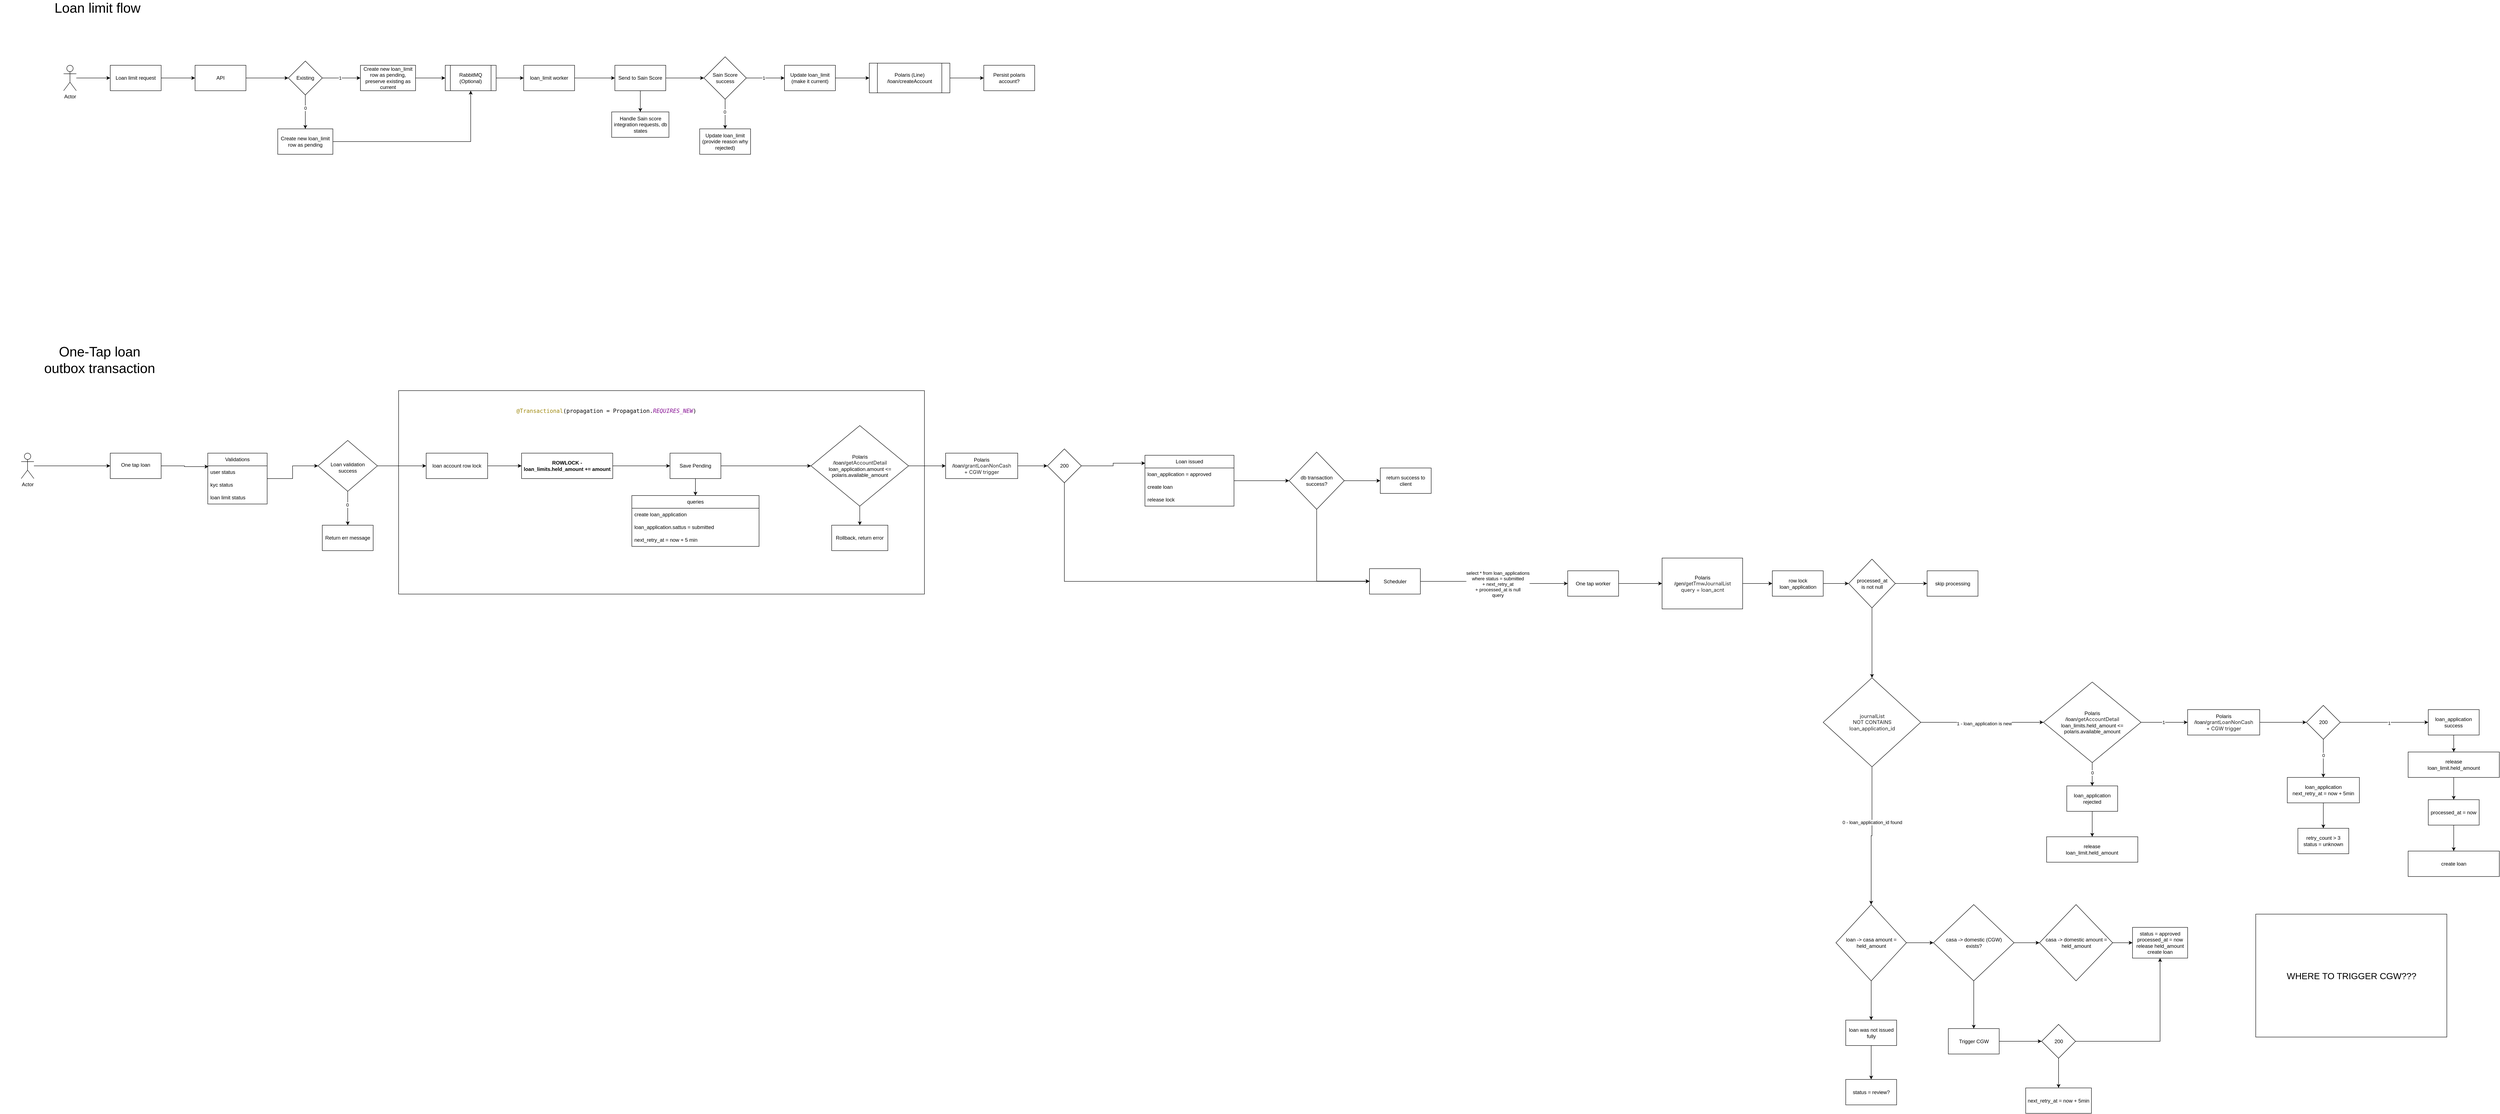
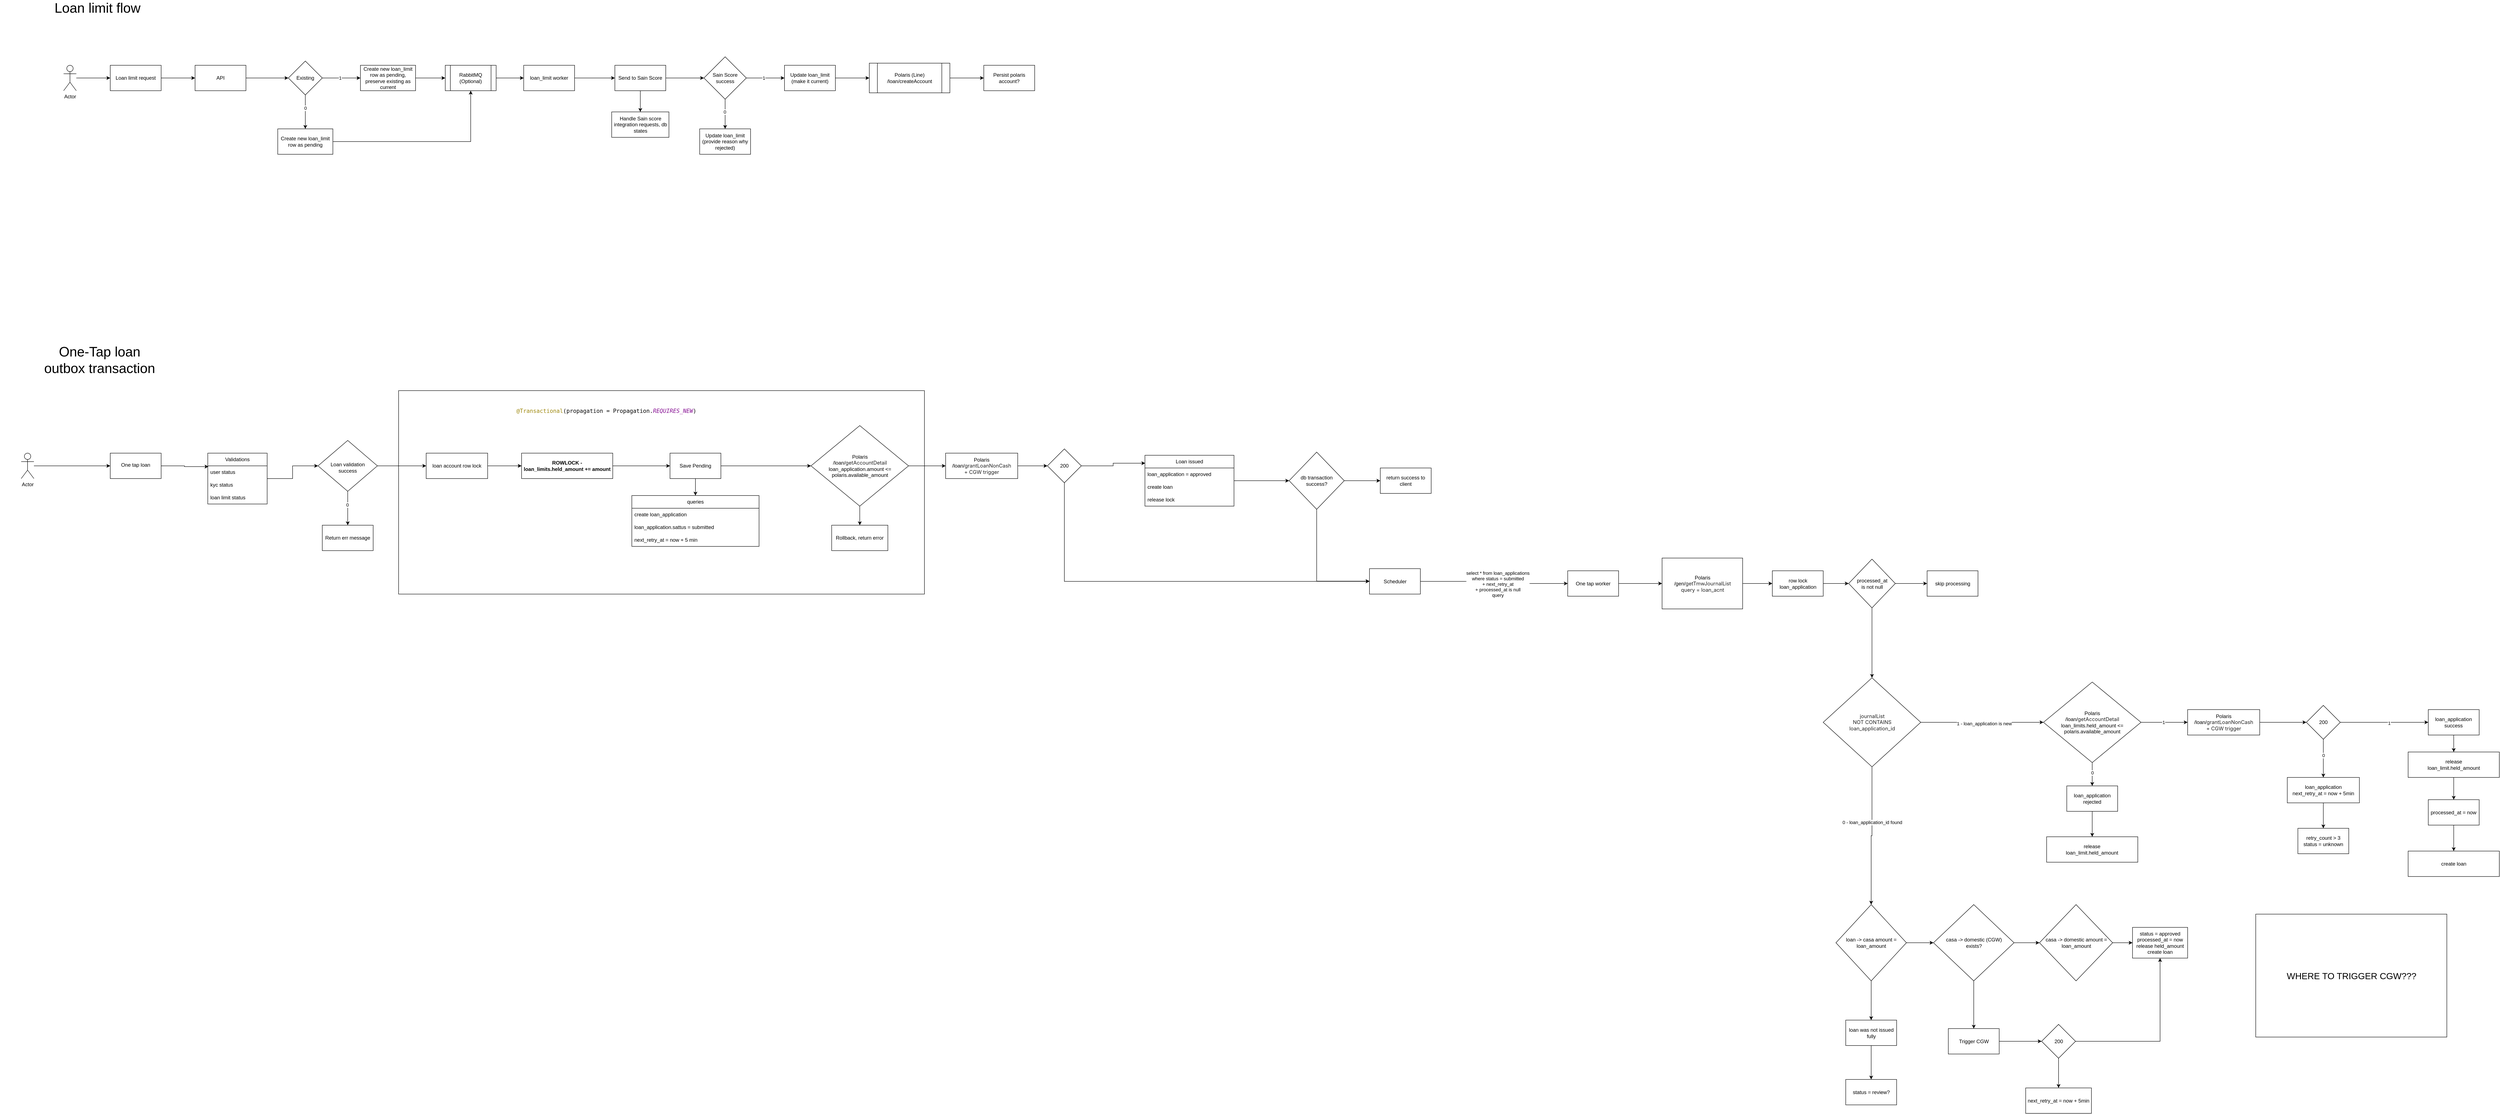
<mxfile host="app.diagrams.net">
  <diagram name="Page-1" id="VCBSuIh8bz7kurrQ0Zaz">
    <mxGraphModel dx="2425" dy="921" grid="1" gridSize="10" guides="1" tooltips="1" connect="1" arrows="1" fold="1" page="1" pageScale="1" pageWidth="850" pageHeight="1100" math="0" shadow="0">
      <root>
        <mxCell id="0" />
        <mxCell id="1" parent="0" />
        <mxCell id="In8fDh9ZLN2M87an2Miy-172" parent="1" style="rounded=0;whiteSpace=wrap;html=1;" value="" vertex="1">
          <mxGeometry height="480" width="1240" x="830" y="977.5" as="geometry" />
        </mxCell>
        <mxCell id="KqixbsF9o6dLofBvsG9t-5" edge="1" parent="1" source="KqixbsF9o6dLofBvsG9t-1" style="edgeStyle=orthogonalEdgeStyle;rounded=0;orthogonalLoop=1;jettySize=auto;html=1;" target="KqixbsF9o6dLofBvsG9t-4" value="">
          <mxGeometry relative="1" as="geometry" />
        </mxCell>
        <mxCell id="KqixbsF9o6dLofBvsG9t-1" parent="1" style="rounded=0;whiteSpace=wrap;html=1;" value="Loan limit request" vertex="1">
          <mxGeometry height="60" width="120" x="150" y="210" as="geometry" />
        </mxCell>
        <mxCell id="KqixbsF9o6dLofBvsG9t-3" edge="1" parent="1" source="KqixbsF9o6dLofBvsG9t-2" style="edgeStyle=orthogonalEdgeStyle;rounded=0;orthogonalLoop=1;jettySize=auto;html=1;" target="KqixbsF9o6dLofBvsG9t-1" value="">
          <mxGeometry relative="1" as="geometry" />
        </mxCell>
        <mxCell id="KqixbsF9o6dLofBvsG9t-2" parent="1" style="shape=umlActor;verticalLabelPosition=bottom;verticalAlign=top;html=1;outlineConnect=0;" value="Actor" vertex="1">
          <mxGeometry height="60" width="30" x="40" y="210" as="geometry" />
        </mxCell>
        <mxCell id="KqixbsF9o6dLofBvsG9t-9" edge="1" parent="1" source="KqixbsF9o6dLofBvsG9t-4" style="edgeStyle=orthogonalEdgeStyle;rounded=0;orthogonalLoop=1;jettySize=auto;html=1;" target="KqixbsF9o6dLofBvsG9t-8" value="">
          <mxGeometry relative="1" as="geometry" />
        </mxCell>
        <mxCell id="KqixbsF9o6dLofBvsG9t-4" parent="1" style="rounded=0;whiteSpace=wrap;html=1;" value="API" vertex="1">
          <mxGeometry height="60" width="120" x="350" y="210" as="geometry" />
        </mxCell>
        <mxCell id="KqixbsF9o6dLofBvsG9t-11" edge="1" parent="1" source="KqixbsF9o6dLofBvsG9t-8" style="edgeStyle=orthogonalEdgeStyle;rounded=0;orthogonalLoop=1;jettySize=auto;html=1;" target="KqixbsF9o6dLofBvsG9t-10" value="">
          <mxGeometry relative="1" as="geometry" />
        </mxCell>
        <mxCell id="KqixbsF9o6dLofBvsG9t-12" connectable="0" parent="KqixbsF9o6dLofBvsG9t-11" style="edgeLabel;html=1;align=center;verticalAlign=middle;resizable=0;points=[];" value="1" vertex="1">
          <mxGeometry relative="1" x="-0.079" as="geometry">
            <mxPoint as="offset" />
          </mxGeometry>
        </mxCell>
        <mxCell id="KqixbsF9o6dLofBvsG9t-14" edge="1" parent="1" source="KqixbsF9o6dLofBvsG9t-8" style="edgeStyle=orthogonalEdgeStyle;rounded=0;orthogonalLoop=1;jettySize=auto;html=1;" target="KqixbsF9o6dLofBvsG9t-13" value="">
          <mxGeometry relative="1" as="geometry" />
        </mxCell>
        <mxCell id="KqixbsF9o6dLofBvsG9t-15" connectable="0" parent="KqixbsF9o6dLofBvsG9t-14" style="edgeLabel;html=1;align=center;verticalAlign=middle;resizable=0;points=[];" value="0" vertex="1">
          <mxGeometry relative="1" x="-0.2407" as="geometry">
            <mxPoint as="offset" />
          </mxGeometry>
        </mxCell>
        <mxCell id="KqixbsF9o6dLofBvsG9t-8" parent="1" style="rhombus;whiteSpace=wrap;html=1;rounded=0;" value="Existing" vertex="1">
          <mxGeometry height="80" width="80" x="570" y="200" as="geometry" />
        </mxCell>
        <mxCell id="KqixbsF9o6dLofBvsG9t-23" edge="1" parent="1" source="KqixbsF9o6dLofBvsG9t-10" style="edgeStyle=orthogonalEdgeStyle;rounded=0;orthogonalLoop=1;jettySize=auto;html=1;" target="KqixbsF9o6dLofBvsG9t-22" value="">
          <mxGeometry relative="1" as="geometry" />
        </mxCell>
        <mxCell id="KqixbsF9o6dLofBvsG9t-10" parent="1" style="whiteSpace=wrap;html=1;rounded=0;" value="Create new loan_limit row as pending, preserve existing as current" vertex="1">
          <mxGeometry height="60" width="130" x="740" y="210" as="geometry" />
        </mxCell>
        <mxCell id="KqixbsF9o6dLofBvsG9t-26" edge="1" parent="1" source="KqixbsF9o6dLofBvsG9t-13" style="edgeStyle=orthogonalEdgeStyle;rounded=0;orthogonalLoop=1;jettySize=auto;html=1;entryX=0.5;entryY=1;entryDx=0;entryDy=0;" target="KqixbsF9o6dLofBvsG9t-22">
          <mxGeometry relative="1" as="geometry" />
        </mxCell>
        <mxCell id="KqixbsF9o6dLofBvsG9t-13" parent="1" style="whiteSpace=wrap;html=1;rounded=0;" value="Create new loan_limit row as pending" vertex="1">
          <mxGeometry height="60" width="130" x="545" y="360" as="geometry" />
        </mxCell>
        <mxCell id="KqixbsF9o6dLofBvsG9t-25" edge="1" parent="1" source="KqixbsF9o6dLofBvsG9t-22" style="edgeStyle=orthogonalEdgeStyle;rounded=0;orthogonalLoop=1;jettySize=auto;html=1;" target="KqixbsF9o6dLofBvsG9t-24" value="">
          <mxGeometry relative="1" as="geometry" />
        </mxCell>
        <mxCell id="KqixbsF9o6dLofBvsG9t-22" parent="1" style="shape=process;whiteSpace=wrap;html=1;backgroundOutline=1;rounded=0;" value="RabbitMQ (Optional)" vertex="1">
          <mxGeometry height="60" width="120" x="940" y="210" as="geometry" />
        </mxCell>
        <mxCell id="KqixbsF9o6dLofBvsG9t-28" edge="1" parent="1" source="KqixbsF9o6dLofBvsG9t-24" style="edgeStyle=orthogonalEdgeStyle;rounded=0;orthogonalLoop=1;jettySize=auto;html=1;" target="KqixbsF9o6dLofBvsG9t-27" value="">
          <mxGeometry relative="1" as="geometry" />
        </mxCell>
        <mxCell id="KqixbsF9o6dLofBvsG9t-24" parent="1" style="whiteSpace=wrap;html=1;rounded=0;" value="loan_limit worker" vertex="1">
          <mxGeometry height="60" width="120" x="1125" y="210" as="geometry" />
        </mxCell>
        <mxCell id="KqixbsF9o6dLofBvsG9t-30" edge="1" parent="1" source="KqixbsF9o6dLofBvsG9t-27" style="edgeStyle=orthogonalEdgeStyle;rounded=0;orthogonalLoop=1;jettySize=auto;html=1;" target="KqixbsF9o6dLofBvsG9t-29" value="">
          <mxGeometry relative="1" as="geometry" />
        </mxCell>
        <mxCell id="KqixbsF9o6dLofBvsG9t-38" edge="1" parent="1" source="KqixbsF9o6dLofBvsG9t-27" style="edgeStyle=orthogonalEdgeStyle;rounded=0;orthogonalLoop=1;jettySize=auto;html=1;" target="KqixbsF9o6dLofBvsG9t-37" value="">
          <mxGeometry relative="1" as="geometry" />
        </mxCell>
        <mxCell id="KqixbsF9o6dLofBvsG9t-27" parent="1" style="whiteSpace=wrap;html=1;rounded=0;" value="Send to Sain Score" vertex="1">
          <mxGeometry height="60" width="120" x="1340" y="210" as="geometry" />
        </mxCell>
        <mxCell id="KqixbsF9o6dLofBvsG9t-32" edge="1" parent="1" source="KqixbsF9o6dLofBvsG9t-29" style="edgeStyle=orthogonalEdgeStyle;rounded=0;orthogonalLoop=1;jettySize=auto;html=1;" target="KqixbsF9o6dLofBvsG9t-31" value="">
          <mxGeometry relative="1" as="geometry" />
        </mxCell>
        <mxCell id="KqixbsF9o6dLofBvsG9t-33" connectable="0" parent="KqixbsF9o6dLofBvsG9t-32" style="edgeLabel;html=1;align=center;verticalAlign=middle;resizable=0;points=[];" value="1" vertex="1">
          <mxGeometry relative="1" x="-0.1048" as="geometry">
            <mxPoint as="offset" />
          </mxGeometry>
        </mxCell>
        <mxCell id="KqixbsF9o6dLofBvsG9t-35" edge="1" parent="1" source="KqixbsF9o6dLofBvsG9t-29" style="edgeStyle=orthogonalEdgeStyle;rounded=0;orthogonalLoop=1;jettySize=auto;html=1;" target="KqixbsF9o6dLofBvsG9t-34" value="">
          <mxGeometry relative="1" as="geometry" />
        </mxCell>
        <mxCell id="KqixbsF9o6dLofBvsG9t-36" connectable="0" parent="KqixbsF9o6dLofBvsG9t-35" style="edgeLabel;html=1;align=center;verticalAlign=middle;resizable=0;points=[];" value="0" vertex="1">
          <mxGeometry relative="1" x="-0.1429" y="-1" as="geometry">
            <mxPoint as="offset" />
          </mxGeometry>
        </mxCell>
        <mxCell id="KqixbsF9o6dLofBvsG9t-29" parent="1" style="rhombus;whiteSpace=wrap;html=1;rounded=0;" value="Sain Score success" vertex="1">
          <mxGeometry height="100" width="100" x="1550" y="190" as="geometry" />
        </mxCell>
        <mxCell id="KqixbsF9o6dLofBvsG9t-66" edge="1" parent="1" source="KqixbsF9o6dLofBvsG9t-31" style="edgeStyle=orthogonalEdgeStyle;rounded=0;orthogonalLoop=1;jettySize=auto;html=1;" target="KqixbsF9o6dLofBvsG9t-65" value="">
          <mxGeometry relative="1" as="geometry" />
        </mxCell>
        <mxCell id="KqixbsF9o6dLofBvsG9t-31" parent="1" style="whiteSpace=wrap;html=1;rounded=0;" value="Update loan_limit (make it current)" vertex="1">
          <mxGeometry height="60" width="120" x="1740" y="210" as="geometry" />
        </mxCell>
        <mxCell id="KqixbsF9o6dLofBvsG9t-34" parent="1" style="whiteSpace=wrap;html=1;rounded=0;" value="Update loan_limit&lt;br&gt;(provide reason why rejected)" vertex="1">
          <mxGeometry height="60" width="120" x="1540" y="360" as="geometry" />
        </mxCell>
        <mxCell id="KqixbsF9o6dLofBvsG9t-37" parent="1" style="whiteSpace=wrap;html=1;rounded=0;" value="Handle Sain score integration requests, db states" vertex="1">
          <mxGeometry height="60" width="135" x="1332.5" y="320" as="geometry" />
        </mxCell>
        <mxCell id="KqixbsF9o6dLofBvsG9t-40" parent="1" style="text;html=1;whiteSpace=wrap;strokeColor=none;fillColor=none;align=center;verticalAlign=middle;rounded=0;fontSize=32;" value="Loan limit flow" vertex="1">
          <mxGeometry height="30" width="260" x="-10" y="60" as="geometry" />
        </mxCell>
        <mxCell id="KqixbsF9o6dLofBvsG9t-74" edge="1" parent="1" source="KqixbsF9o6dLofBvsG9t-65" style="edgeStyle=orthogonalEdgeStyle;rounded=0;orthogonalLoop=1;jettySize=auto;html=1;" target="KqixbsF9o6dLofBvsG9t-73" value="">
          <mxGeometry relative="1" as="geometry" />
        </mxCell>
        <mxCell id="KqixbsF9o6dLofBvsG9t-65" parent="1" style="shape=process;whiteSpace=wrap;html=1;backgroundOutline=1;rounded=0;" value="Polaris (Line)&lt;br&gt;/loan/createAccount" vertex="1">
          <mxGeometry height="70" width="190" x="1940" y="205" as="geometry" />
        </mxCell>
        <mxCell id="KqixbsF9o6dLofBvsG9t-73" parent="1" style="whiteSpace=wrap;html=1;rounded=0;" value="Persist polaris account?" vertex="1">
          <mxGeometry height="60" width="120" x="2210" y="210" as="geometry" />
        </mxCell>
        <mxCell id="U8Ajh8Gpa-m2DNKNFQys-1" parent="1" style="text;html=1;whiteSpace=wrap;strokeColor=none;fillColor=none;align=center;verticalAlign=middle;rounded=0;fontSize=32;" value="One-Tap loan&lt;br&gt;outbox transaction" vertex="1">
          <mxGeometry height="30" width="470" x="-110" y="890" as="geometry" />
        </mxCell>
        <mxCell id="In8fDh9ZLN2M87an2Miy-1" edge="1" parent="1" source="In8fDh9ZLN2M87an2Miy-2" style="edgeStyle=orthogonalEdgeStyle;rounded=0;orthogonalLoop=1;jettySize=auto;html=1;" target="In8fDh9ZLN2M87an2Miy-4" value="">
          <mxGeometry relative="1" as="geometry" />
        </mxCell>
        <mxCell id="In8fDh9ZLN2M87an2Miy-2" parent="1" style="shape=umlActor;verticalLabelPosition=bottom;verticalAlign=top;html=1;outlineConnect=0;" value="Actor" vertex="1">
          <mxGeometry height="60" width="30" x="-60" y="1125" as="geometry" />
        </mxCell>
        <mxCell id="In8fDh9ZLN2M87an2Miy-3" edge="1" parent="1" source="In8fDh9ZLN2M87an2Miy-4" style="edgeStyle=orthogonalEdgeStyle;rounded=0;orthogonalLoop=1;jettySize=auto;html=1;entryX=0.011;entryY=0.06;entryDx=0;entryDy=0;entryPerimeter=0;" target="In8fDh9ZLN2M87an2Miy-28" value="">
          <mxGeometry relative="1" as="geometry">
            <mxPoint x="360" y="1155" as="targetPoint" />
          </mxGeometry>
        </mxCell>
        <mxCell id="In8fDh9ZLN2M87an2Miy-4" parent="1" style="whiteSpace=wrap;html=1;verticalAlign=top;" value="&lt;div&gt;&lt;br&gt;&lt;/div&gt;&lt;div&gt;One tap loan&lt;/div&gt;" vertex="1">
          <mxGeometry height="60" width="120" x="150" y="1125" as="geometry" />
        </mxCell>
        <mxCell id="In8fDh9ZLN2M87an2Miy-7" edge="1" parent="1" source="In8fDh9ZLN2M87an2Miy-9" style="edgeStyle=orthogonalEdgeStyle;rounded=0;orthogonalLoop=1;jettySize=auto;html=1;" target="In8fDh9ZLN2M87an2Miy-13" value="">
          <mxGeometry relative="1" as="geometry" />
        </mxCell>
        <mxCell id="In8fDh9ZLN2M87an2Miy-8" connectable="0" parent="In8fDh9ZLN2M87an2Miy-7" style="edgeLabel;html=1;align=center;verticalAlign=middle;resizable=0;points=[];" value="0" vertex="1">
          <mxGeometry relative="1" x="-0.2091" y="-1" as="geometry">
            <mxPoint as="offset" />
          </mxGeometry>
        </mxCell>
        <mxCell id="In8fDh9ZLN2M87an2Miy-163" edge="1" parent="1" source="In8fDh9ZLN2M87an2Miy-9" style="edgeStyle=orthogonalEdgeStyle;rounded=0;orthogonalLoop=1;jettySize=auto;html=1;entryX=0;entryY=0.5;entryDx=0;entryDy=0;" target="In8fDh9ZLN2M87an2Miy-161">
          <mxGeometry relative="1" as="geometry" />
        </mxCell>
        <mxCell id="In8fDh9ZLN2M87an2Miy-9" parent="1" style="rhombus;whiteSpace=wrap;html=1;verticalAlign=top;" value="&lt;br&gt;&lt;br&gt;&lt;div&gt;&lt;br&gt;&lt;/div&gt;&lt;div&gt;Loan validation&lt;br&gt;success&lt;/div&gt;" vertex="1">
          <mxGeometry height="120" width="140" x="640" y="1095" as="geometry" />
        </mxCell>
        <mxCell id="In8fDh9ZLN2M87an2Miy-10" edge="1" parent="1" source="In8fDh9ZLN2M87an2Miy-12" style="edgeStyle=orthogonalEdgeStyle;rounded=0;orthogonalLoop=1;jettySize=auto;html=1;entryX=0.5;entryY=0;entryDx=0;entryDy=0;" target="In8fDh9ZLN2M87an2Miy-14">
          <mxGeometry relative="1" as="geometry" />
        </mxCell>
        <mxCell id="In8fDh9ZLN2M87an2Miy-54" edge="1" parent="1" source="In8fDh9ZLN2M87an2Miy-105" style="edgeStyle=orthogonalEdgeStyle;rounded=0;orthogonalLoop=1;jettySize=auto;html=1;exitX=1;exitY=0.5;exitDx=0;exitDy=0;" target="In8fDh9ZLN2M87an2Miy-53" value="">
          <mxGeometry relative="1" as="geometry">
            <mxPoint x="3329.5" y="1432.5" as="sourcePoint" />
          </mxGeometry>
        </mxCell>
        <mxCell id="In8fDh9ZLN2M87an2Miy-55" connectable="0" parent="In8fDh9ZLN2M87an2Miy-54" style="edgeLabel;html=1;align=center;verticalAlign=middle;resizable=0;points=[];" value="select * from loan_applications&lt;br&gt;where status = submitted&lt;br&gt;+ next_retry_at&lt;br&gt;+ processed_at is null&lt;br&gt;query" vertex="1">
          <mxGeometry relative="1" x="0.0637" y="-1" as="geometry">
            <mxPoint as="offset" />
          </mxGeometry>
        </mxCell>
        <mxCell id="In8fDh9ZLN2M87an2Miy-173" edge="1" parent="1" source="In8fDh9ZLN2M87an2Miy-12" style="edgeStyle=orthogonalEdgeStyle;rounded=0;orthogonalLoop=1;jettySize=auto;html=1;entryX=0;entryY=0.5;entryDx=0;entryDy=0;" target="In8fDh9ZLN2M87an2Miy-152">
          <mxGeometry relative="1" as="geometry" />
        </mxCell>
        <mxCell id="In8fDh9ZLN2M87an2Miy-12" parent="1" style="whiteSpace=wrap;html=1;verticalAlign=middle;" value="Save Pending" vertex="1">
          <mxGeometry height="60" width="120" x="1470" y="1125" as="geometry" />
        </mxCell>
        <mxCell id="In8fDh9ZLN2M87an2Miy-13" parent="1" style="whiteSpace=wrap;html=1;verticalAlign=middle;" value="Return err message" vertex="1">
          <mxGeometry height="60" width="120" x="650" y="1295" as="geometry" />
        </mxCell>
        <mxCell id="In8fDh9ZLN2M87an2Miy-14" parent="1" style="swimlane;fontStyle=0;childLayout=stackLayout;horizontal=1;startSize=30;horizontalStack=0;resizeParent=1;resizeParentMax=0;resizeLast=0;collapsible=1;marginBottom=0;whiteSpace=wrap;html=1;" value="queries" vertex="1">
          <mxGeometry height="120" width="300" x="1380" y="1225" as="geometry" />
        </mxCell>
        <mxCell id="In8fDh9ZLN2M87an2Miy-15" parent="In8fDh9ZLN2M87an2Miy-14" style="text;strokeColor=none;fillColor=none;align=left;verticalAlign=middle;spacingLeft=4;spacingRight=4;overflow=hidden;points=[[0,0.5],[1,0.5]];portConstraint=eastwest;rotatable=0;whiteSpace=wrap;html=1;" value="create loan_application" vertex="1">
          <mxGeometry height="30" width="300" y="30" as="geometry" />
        </mxCell>
        <mxCell id="In8fDh9ZLN2M87an2Miy-104" parent="In8fDh9ZLN2M87an2Miy-14" style="text;strokeColor=none;fillColor=none;align=left;verticalAlign=middle;spacingLeft=4;spacingRight=4;overflow=hidden;points=[[0,0.5],[1,0.5]];portConstraint=eastwest;rotatable=0;whiteSpace=wrap;html=1;" value="loan_application.sattus = submitted" vertex="1">
          <mxGeometry height="30" width="300" y="60" as="geometry" />
        </mxCell>
        <mxCell id="In8fDh9ZLN2M87an2Miy-17" parent="In8fDh9ZLN2M87an2Miy-14" style="text;strokeColor=none;fillColor=none;align=left;verticalAlign=middle;spacingLeft=4;spacingRight=4;overflow=hidden;points=[[0,0.5],[1,0.5]];portConstraint=eastwest;rotatable=0;whiteSpace=wrap;html=1;" value="next_retry_at = now + 5 min" vertex="1">
          <mxGeometry height="30" width="300" y="90" as="geometry" />
        </mxCell>
        <mxCell id="In8fDh9ZLN2M87an2Miy-32" edge="1" parent="1" source="In8fDh9ZLN2M87an2Miy-27" style="edgeStyle=orthogonalEdgeStyle;rounded=0;orthogonalLoop=1;jettySize=auto;html=1;entryX=0;entryY=0.5;entryDx=0;entryDy=0;" target="In8fDh9ZLN2M87an2Miy-9">
          <mxGeometry relative="1" as="geometry" />
        </mxCell>
        <mxCell id="In8fDh9ZLN2M87an2Miy-27" parent="1" style="swimlane;fontStyle=0;childLayout=stackLayout;horizontal=1;startSize=30;horizontalStack=0;resizeParent=1;resizeParentMax=0;resizeLast=0;collapsible=1;marginBottom=0;whiteSpace=wrap;html=1;" value="Validations" vertex="1">
          <mxGeometry height="120" width="140" x="380" y="1125" as="geometry" />
        </mxCell>
        <mxCell id="In8fDh9ZLN2M87an2Miy-28" parent="In8fDh9ZLN2M87an2Miy-27" style="text;strokeColor=none;fillColor=none;align=left;verticalAlign=middle;spacingLeft=4;spacingRight=4;overflow=hidden;points=[[0,0.5],[1,0.5]];portConstraint=eastwest;rotatable=0;whiteSpace=wrap;html=1;" value="user status" vertex="1">
          <mxGeometry height="30" width="140" y="30" as="geometry" />
        </mxCell>
        <mxCell id="In8fDh9ZLN2M87an2Miy-29" parent="In8fDh9ZLN2M87an2Miy-27" style="text;strokeColor=none;fillColor=none;align=left;verticalAlign=middle;spacingLeft=4;spacingRight=4;overflow=hidden;points=[[0,0.5],[1,0.5]];portConstraint=eastwest;rotatable=0;whiteSpace=wrap;html=1;" value="kyc status" vertex="1">
          <mxGeometry height="30" width="140" y="60" as="geometry" />
        </mxCell>
        <mxCell id="In8fDh9ZLN2M87an2Miy-33" parent="In8fDh9ZLN2M87an2Miy-27" style="text;strokeColor=none;fillColor=none;align=left;verticalAlign=middle;spacingLeft=4;spacingRight=4;overflow=hidden;points=[[0,0.5],[1,0.5]];portConstraint=eastwest;rotatable=0;whiteSpace=wrap;html=1;" value="loan limit status" vertex="1">
          <mxGeometry height="30" width="140" y="90" as="geometry" />
        </mxCell>
        <mxCell id="In8fDh9ZLN2M87an2Miy-116" edge="1" parent="1" source="In8fDh9ZLN2M87an2Miy-53" style="edgeStyle=orthogonalEdgeStyle;rounded=0;orthogonalLoop=1;jettySize=auto;html=1;entryX=0;entryY=0.5;entryDx=0;entryDy=0;" target="In8fDh9ZLN2M87an2Miy-68">
          <mxGeometry relative="1" as="geometry" />
        </mxCell>
        <mxCell id="In8fDh9ZLN2M87an2Miy-53" parent="1" style="whiteSpace=wrap;html=1;" value="One tap worker" vertex="1">
          <mxGeometry height="60" width="120" x="3587" y="1402.5" as="geometry" />
        </mxCell>
        <mxCell id="In8fDh9ZLN2M87an2Miy-67" edge="1" parent="1" source="In8fDh9ZLN2M87an2Miy-58" style="edgeStyle=orthogonalEdgeStyle;rounded=0;orthogonalLoop=1;jettySize=auto;html=1;entryX=0;entryY=0.5;entryDx=0;entryDy=0;" target="In8fDh9ZLN2M87an2Miy-66" value="">
          <mxGeometry relative="1" as="geometry">
            <mxPoint x="5343.87" y="1760" as="targetPoint" />
          </mxGeometry>
        </mxCell>
        <mxCell id="In8fDh9ZLN2M87an2Miy-58" parent="1" style="whiteSpace=wrap;html=1;" value="Polaris /loan/&lt;span style=&quot;color: rgb(33, 33, 33); font-family: Inter, system-ui, -apple-system, &amp;quot;system-ui&amp;quot;, &amp;quot;Segoe UI&amp;quot;, Roboto, Oxygen, Ubuntu, Cantarell, &amp;quot;Fira Sans&amp;quot;, &amp;quot;Droid Sans&amp;quot;, Helvetica, Arial, sans-serif; text-align: left; white-space: pre-wrap; background-color: rgb(255, 255, 255);&quot;&gt;grantLoanNonCash&lt;br/&gt;+ CGW trigger&lt;/span&gt;" vertex="1">
          <mxGeometry height="60" width="170" x="5048.87" y="1730" as="geometry" />
        </mxCell>
        <mxCell id="In8fDh9ZLN2M87an2Miy-62" edge="1" parent="1" source="In8fDh9ZLN2M87an2Miy-59" style="edgeStyle=orthogonalEdgeStyle;rounded=0;orthogonalLoop=1;jettySize=auto;html=1;" target="In8fDh9ZLN2M87an2Miy-61" value="">
          <mxGeometry relative="1" as="geometry" />
        </mxCell>
        <mxCell id="In8fDh9ZLN2M87an2Miy-91" connectable="0" parent="In8fDh9ZLN2M87an2Miy-62" style="edgeLabel;html=1;align=center;verticalAlign=middle;resizable=0;points=[];" value="0" vertex="1">
          <mxGeometry relative="1" x="-0.1431" as="geometry">
            <mxPoint as="offset" />
          </mxGeometry>
        </mxCell>
        <mxCell id="In8fDh9ZLN2M87an2Miy-65" edge="1" parent="1" source="In8fDh9ZLN2M87an2Miy-59" style="edgeStyle=orthogonalEdgeStyle;rounded=0;orthogonalLoop=1;jettySize=auto;html=1;" target="In8fDh9ZLN2M87an2Miy-58">
          <mxGeometry relative="1" as="geometry" />
        </mxCell>
        <mxCell id="In8fDh9ZLN2M87an2Miy-90" connectable="0" parent="In8fDh9ZLN2M87an2Miy-65" style="edgeLabel;html=1;align=center;verticalAlign=middle;resizable=0;points=[];" value="1" vertex="1">
          <mxGeometry relative="1" x="-0.0451" as="geometry">
            <mxPoint as="offset" />
          </mxGeometry>
        </mxCell>
        <mxCell id="In8fDh9ZLN2M87an2Miy-59" parent="1" style="rhombus;whiteSpace=wrap;html=1;" value="Polaris&lt;br&gt;/loan/&lt;span style=&quot;color: rgb(33, 33, 33); font-family: Inter, system-ui, -apple-system, &amp;quot;system-ui&amp;quot;, &amp;quot;Segoe UI&amp;quot;, Roboto, Oxygen, Ubuntu, Cantarell, &amp;quot;Fira Sans&amp;quot;, &amp;quot;Droid Sans&amp;quot;, Helvetica, Arial, sans-serif; text-align: left; white-space: pre-wrap; background-color: rgb(255, 255, 255);&quot;&gt;getAccountDetail&lt;/span&gt;&lt;br&gt;loan_limits.held_amount &amp;lt;= polaris.available_amount" vertex="1">
          <mxGeometry height="190" width="230" x="4708.87" y="1665" as="geometry" />
        </mxCell>
        <mxCell id="In8fDh9ZLN2M87an2Miy-64" edge="1" parent="1" source="In8fDh9ZLN2M87an2Miy-61" style="edgeStyle=orthogonalEdgeStyle;rounded=0;orthogonalLoop=1;jettySize=auto;html=1;" target="In8fDh9ZLN2M87an2Miy-63" value="">
          <mxGeometry relative="1" as="geometry" />
        </mxCell>
        <mxCell id="In8fDh9ZLN2M87an2Miy-61" parent="1" style="whiteSpace=wrap;html=1;" value="loan_application&lt;br&gt;rejected" vertex="1">
          <mxGeometry height="60" width="120" x="4763.87" y="1910" as="geometry" />
        </mxCell>
        <mxCell id="In8fDh9ZLN2M87an2Miy-63" parent="1" style="whiteSpace=wrap;html=1;" value="release &lt;br&gt;loan_limit.held_amount" vertex="1">
          <mxGeometry height="60" width="215" x="4716.37" y="2030" as="geometry" />
        </mxCell>
        <mxCell id="In8fDh9ZLN2M87an2Miy-81" edge="1" parent="1" source="In8fDh9ZLN2M87an2Miy-66" style="edgeStyle=orthogonalEdgeStyle;rounded=0;orthogonalLoop=1;jettySize=auto;html=1;entryX=0;entryY=0.5;entryDx=0;entryDy=0;" target="In8fDh9ZLN2M87an2Miy-79">
          <mxGeometry relative="1" as="geometry" />
        </mxCell>
        <mxCell id="In8fDh9ZLN2M87an2Miy-92" connectable="0" parent="In8fDh9ZLN2M87an2Miy-81" style="edgeLabel;html=1;align=center;verticalAlign=middle;resizable=0;points=[];" value="1" vertex="1">
          <mxGeometry relative="1" x="0.1055" y="-2" as="geometry">
            <mxPoint as="offset" />
          </mxGeometry>
        </mxCell>
        <mxCell id="In8fDh9ZLN2M87an2Miy-83" edge="1" parent="1" source="In8fDh9ZLN2M87an2Miy-66" style="edgeStyle=orthogonalEdgeStyle;rounded=0;orthogonalLoop=1;jettySize=auto;html=1;" target="In8fDh9ZLN2M87an2Miy-82" value="">
          <mxGeometry relative="1" as="geometry" />
        </mxCell>
        <mxCell id="In8fDh9ZLN2M87an2Miy-93" connectable="0" parent="In8fDh9ZLN2M87an2Miy-83" style="edgeLabel;html=1;align=center;verticalAlign=middle;resizable=0;points=[];" value="0" vertex="1">
          <mxGeometry relative="1" x="-0.1623" as="geometry">
            <mxPoint as="offset" />
          </mxGeometry>
        </mxCell>
        <mxCell id="In8fDh9ZLN2M87an2Miy-66" parent="1" style="rhombus;whiteSpace=wrap;html=1;" value="200" vertex="1">
          <mxGeometry height="80" width="80" x="5328.87" y="1720" as="geometry" />
        </mxCell>
        <mxCell id="In8fDh9ZLN2M87an2Miy-119" edge="1" parent="1" source="In8fDh9ZLN2M87an2Miy-68" style="edgeStyle=orthogonalEdgeStyle;rounded=0;orthogonalLoop=1;jettySize=auto;html=1;" target="In8fDh9ZLN2M87an2Miy-118" value="">
          <mxGeometry relative="1" as="geometry" />
        </mxCell>
        <mxCell id="In8fDh9ZLN2M87an2Miy-68" parent="1" style="whiteSpace=wrap;html=1;" value="Polaris&lt;br&gt;/gen/&lt;span style=&quot;white-space: pre-wrap; color: rgb(33, 33, 33); font-family: Inter, system-ui, -apple-system, &amp;quot;system-ui&amp;quot;, &amp;quot;Segoe UI&amp;quot;, Roboto, Oxygen, Ubuntu, Cantarell, &amp;quot;Fira Sans&amp;quot;, &amp;quot;Droid Sans&amp;quot;, Helvetica, Arial, sans-serif; text-align: left; background-color: rgb(255, 255, 255);&quot;&gt;getTmwJournalList&lt;br&gt;query = loan_acnt&lt;/span&gt;" vertex="1">
          <mxGeometry height="120" width="190" x="3809.5" y="1372.5" as="geometry" />
        </mxCell>
        <mxCell id="In8fDh9ZLN2M87an2Miy-71" edge="1" parent="1" source="In8fDh9ZLN2M87an2Miy-69" style="edgeStyle=orthogonalEdgeStyle;rounded=0;orthogonalLoop=1;jettySize=auto;html=1;entryX=0;entryY=0.5;entryDx=0;entryDy=0;" target="In8fDh9ZLN2M87an2Miy-59">
          <mxGeometry relative="1" as="geometry" />
        </mxCell>
        <mxCell id="In8fDh9ZLN2M87an2Miy-77" connectable="0" parent="In8fDh9ZLN2M87an2Miy-71" style="edgeLabel;html=1;align=center;verticalAlign=middle;resizable=0;points=[];" value="1 - loan_application is new" vertex="1">
          <mxGeometry relative="1" x="0.0312" y="-3" as="geometry">
            <mxPoint as="offset" />
          </mxGeometry>
        </mxCell>
        <mxCell id="In8fDh9ZLN2M87an2Miy-73" edge="1" parent="1" source="In8fDh9ZLN2M87an2Miy-69" style="edgeStyle=orthogonalEdgeStyle;rounded=0;orthogonalLoop=1;jettySize=auto;html=1;entryX=0.5;entryY=0;entryDx=0;entryDy=0;" target="In8fDh9ZLN2M87an2Miy-111" value="">
          <mxGeometry relative="1" as="geometry">
            <mxPoint x="4303.87" y="1960" as="targetPoint" />
          </mxGeometry>
        </mxCell>
        <mxCell id="In8fDh9ZLN2M87an2Miy-74" connectable="0" parent="In8fDh9ZLN2M87an2Miy-73" style="edgeLabel;html=1;align=center;verticalAlign=middle;resizable=0;points=[];" value="0 - loan_application_id found" vertex="1">
          <mxGeometry relative="1" x="-0.1975" as="geometry">
            <mxPoint as="offset" />
          </mxGeometry>
        </mxCell>
        <mxCell id="In8fDh9ZLN2M87an2Miy-69" parent="1" style="rhombus;whiteSpace=wrap;html=1;verticalAlign=middle;" value="&lt;div style=&quot;text-align: center;&quot;&gt;&lt;span style=&quot;background-color: light-dark(rgb(255, 255, 255), rgb(18, 18, 18)); color: light-dark(rgb(33, 33, 33), rgb(209, 209, 209)); font-family: Inter, system-ui, -apple-system, &amp;quot;system-ui&amp;quot;, &amp;quot;Segoe UI&amp;quot;, Roboto, Oxygen, Ubuntu, Cantarell, &amp;quot;Fira Sans&amp;quot;, &amp;quot;Droid Sans&amp;quot;, Helvetica, Arial, sans-serif; text-align: left; white-space: pre-wrap;&quot;&gt;journalList&lt;br&gt;NOT CONTAINS&lt;/span&gt;&lt;/div&gt;&lt;span style=&quot;white-space: pre-wrap; color: rgb(33, 33, 33); font-family: Inter, system-ui, -apple-system, &amp;quot;system-ui&amp;quot;, &amp;quot;Segoe UI&amp;quot;, Roboto, Oxygen, Ubuntu, Cantarell, &amp;quot;Fira Sans&amp;quot;, &amp;quot;Droid Sans&amp;quot;, Helvetica, Arial, sans-serif; text-align: left; background-color: rgb(255, 255, 255);&quot;&gt;loan_application_id&lt;/span&gt;" vertex="1">
          <mxGeometry height="210" width="230" x="4189.5" y="1655" as="geometry" />
        </mxCell>
        <mxCell id="In8fDh9ZLN2M87an2Miy-78" edge="1" parent="1" source="In8fDh9ZLN2M87an2Miy-79" style="edgeStyle=orthogonalEdgeStyle;rounded=0;orthogonalLoop=1;jettySize=auto;html=1;" target="In8fDh9ZLN2M87an2Miy-80" value="">
          <mxGeometry relative="1" as="geometry" />
        </mxCell>
        <mxCell id="In8fDh9ZLN2M87an2Miy-79" parent="1" style="whiteSpace=wrap;html=1;" value="loan_application&lt;br&gt;success" vertex="1">
          <mxGeometry height="60" width="120" x="5616.37" y="1730" as="geometry" />
        </mxCell>
        <mxCell id="In8fDh9ZLN2M87an2Miy-132" edge="1" parent="1" source="In8fDh9ZLN2M87an2Miy-80" style="edgeStyle=orthogonalEdgeStyle;rounded=0;orthogonalLoop=1;jettySize=auto;html=1;" target="In8fDh9ZLN2M87an2Miy-131" value="">
          <mxGeometry relative="1" as="geometry" />
        </mxCell>
        <mxCell id="In8fDh9ZLN2M87an2Miy-80" parent="1" style="whiteSpace=wrap;html=1;" value="release &lt;br&gt;loan_limit.held_amount" vertex="1">
          <mxGeometry height="60" width="215" x="5568.87" y="1830" as="geometry" />
        </mxCell>
        <mxCell id="In8fDh9ZLN2M87an2Miy-95" edge="1" parent="1" source="In8fDh9ZLN2M87an2Miy-82" style="edgeStyle=orthogonalEdgeStyle;rounded=0;orthogonalLoop=1;jettySize=auto;html=1;" target="In8fDh9ZLN2M87an2Miy-94" value="">
          <mxGeometry relative="1" as="geometry" />
        </mxCell>
        <mxCell id="In8fDh9ZLN2M87an2Miy-82" parent="1" style="whiteSpace=wrap;html=1;" value="loan_application&lt;br&gt;next_retry_at = now + 5min" vertex="1">
          <mxGeometry height="60" width="170" x="5283.87" y="1890" as="geometry" />
        </mxCell>
        <mxCell id="In8fDh9ZLN2M87an2Miy-88" parent="1" style="whiteSpace=wrap;html=1;" value="create loan" vertex="1">
          <mxGeometry height="60" width="215" x="5568.87" y="2063.75" as="geometry" />
        </mxCell>
        <mxCell id="In8fDh9ZLN2M87an2Miy-94" parent="1" style="whiteSpace=wrap;html=1;" value="retry_count &amp;gt; 3&lt;br&gt;status = unknown" vertex="1">
          <mxGeometry height="60" width="120" x="5308.87" y="2010" as="geometry" />
        </mxCell>
        <mxCell id="In8fDh9ZLN2M87an2Miy-105" parent="1" style="rounded=0;whiteSpace=wrap;html=1;" value="Scheduler" vertex="1">
          <mxGeometry height="60" width="120" x="3119.5" y="1397.5" as="geometry" />
        </mxCell>
        <mxCell id="In8fDh9ZLN2M87an2Miy-127" edge="1" parent="1" source="In8fDh9ZLN2M87an2Miy-111" style="edgeStyle=orthogonalEdgeStyle;rounded=0;orthogonalLoop=1;jettySize=auto;html=1;" target="In8fDh9ZLN2M87an2Miy-126" value="">
          <mxGeometry relative="1" as="geometry" />
        </mxCell>
        <mxCell id="In8fDh9ZLN2M87an2Miy-135" edge="1" parent="1" source="In8fDh9ZLN2M87an2Miy-111" style="edgeStyle=orthogonalEdgeStyle;rounded=0;orthogonalLoop=1;jettySize=auto;html=1;entryX=0;entryY=0.5;entryDx=0;entryDy=0;" target="In8fDh9ZLN2M87an2Miy-134">
          <mxGeometry relative="1" as="geometry" />
        </mxCell>
-         <mxCell id="In8fDh9ZLN2M87an2Miy-111" parent="1" style="rhombus;whiteSpace=wrap;html=1;" value="loan -&amp;gt; casa amount = held_amount" vertex="1">
+         <mxCell id="In8fDh9ZLN2M87an2Miy-111" parent="1" style="rhombus;whiteSpace=wrap;html=1;" value="loan -&amp;gt; casa amount = loan_amount" vertex="1">
          <mxGeometry height="180" width="166.25" x="4219.5" y="2190" as="geometry" />
        </mxCell>
        <mxCell id="In8fDh9ZLN2M87an2Miy-113" parent="1" style="whiteSpace=wrap;html=1;" value="status = approved&lt;br&gt;processed_at = now&lt;br&gt;release held_amount&lt;br&gt;create loan" vertex="1">
          <mxGeometry height="72.5" width="130" x="4918.87" y="2243.75" as="geometry" />
        </mxCell>
        <mxCell id="In8fDh9ZLN2M87an2Miy-122" edge="1" parent="1" source="In8fDh9ZLN2M87an2Miy-118" style="edgeStyle=orthogonalEdgeStyle;rounded=0;orthogonalLoop=1;jettySize=auto;html=1;" target="In8fDh9ZLN2M87an2Miy-121" value="">
          <mxGeometry relative="1" as="geometry" />
        </mxCell>
        <mxCell id="In8fDh9ZLN2M87an2Miy-118" parent="1" style="whiteSpace=wrap;html=1;" value="row lock&lt;br&gt;loan_application" vertex="1">
          <mxGeometry height="60" width="120" x="4069.5" y="1402.5" as="geometry" />
        </mxCell>
        <mxCell id="In8fDh9ZLN2M87an2Miy-124" edge="1" parent="1" source="In8fDh9ZLN2M87an2Miy-121" style="edgeStyle=orthogonalEdgeStyle;rounded=0;orthogonalLoop=1;jettySize=auto;html=1;" target="In8fDh9ZLN2M87an2Miy-123" value="">
          <mxGeometry relative="1" as="geometry" />
        </mxCell>
        <mxCell id="In8fDh9ZLN2M87an2Miy-125" edge="1" parent="1" source="In8fDh9ZLN2M87an2Miy-121" style="edgeStyle=orthogonalEdgeStyle;rounded=0;orthogonalLoop=1;jettySize=auto;html=1;entryX=0.5;entryY=0;entryDx=0;entryDy=0;" target="In8fDh9ZLN2M87an2Miy-69">
          <mxGeometry relative="1" as="geometry" />
        </mxCell>
        <mxCell id="In8fDh9ZLN2M87an2Miy-121" parent="1" style="rhombus;whiteSpace=wrap;html=1;" value="processed_at &lt;br&gt;is not null" vertex="1">
          <mxGeometry height="115" width="110" x="4249.5" y="1375" as="geometry" />
        </mxCell>
        <mxCell id="In8fDh9ZLN2M87an2Miy-123" parent="1" style="whiteSpace=wrap;html=1;" value="skip processing" vertex="1">
          <mxGeometry height="60" width="120" x="4434.5" y="1402.5" as="geometry" />
        </mxCell>
        <mxCell id="In8fDh9ZLN2M87an2Miy-129" edge="1" parent="1" source="In8fDh9ZLN2M87an2Miy-126" style="edgeStyle=orthogonalEdgeStyle;rounded=0;orthogonalLoop=1;jettySize=auto;html=1;" target="In8fDh9ZLN2M87an2Miy-128" value="">
          <mxGeometry relative="1" as="geometry" />
        </mxCell>
        <mxCell id="In8fDh9ZLN2M87an2Miy-126" parent="1" style="whiteSpace=wrap;html=1;" value="loan was not issued fully" vertex="1">
          <mxGeometry height="60" width="120" x="4242.625" y="2462.5" as="geometry" />
        </mxCell>
        <mxCell id="In8fDh9ZLN2M87an2Miy-128" parent="1" style="whiteSpace=wrap;html=1;" value="status = review?" vertex="1">
          <mxGeometry height="60" width="120" x="4242.625" y="2602.5" as="geometry" />
        </mxCell>
        <mxCell id="In8fDh9ZLN2M87an2Miy-130" parent="1" style="rounded=0;whiteSpace=wrap;html=1;fontSize=21;" value="WHERE TO TRIGGER CGW???" vertex="1">
          <mxGeometry height="290" width="450.63" x="5209.5" y="2212.5" as="geometry" />
        </mxCell>
        <mxCell id="In8fDh9ZLN2M87an2Miy-133" edge="1" parent="1" source="In8fDh9ZLN2M87an2Miy-131" style="edgeStyle=orthogonalEdgeStyle;rounded=0;orthogonalLoop=1;jettySize=auto;html=1;" target="In8fDh9ZLN2M87an2Miy-88" value="">
          <mxGeometry relative="1" as="geometry" />
        </mxCell>
        <mxCell id="In8fDh9ZLN2M87an2Miy-131" parent="1" style="whiteSpace=wrap;html=1;" value="processed_at = now" vertex="1">
          <mxGeometry height="60" width="120" x="5616.37" y="1942.5" as="geometry" />
        </mxCell>
        <mxCell id="In8fDh9ZLN2M87an2Miy-141" edge="1" parent="1" source="In8fDh9ZLN2M87an2Miy-134" style="edgeStyle=orthogonalEdgeStyle;rounded=0;orthogonalLoop=1;jettySize=auto;html=1;entryX=0;entryY=0.5;entryDx=0;entryDy=0;" target="In8fDh9ZLN2M87an2Miy-139">
          <mxGeometry relative="1" as="geometry" />
        </mxCell>
        <mxCell id="In8fDh9ZLN2M87an2Miy-145" edge="1" parent="1" source="In8fDh9ZLN2M87an2Miy-134" style="edgeStyle=orthogonalEdgeStyle;rounded=0;orthogonalLoop=1;jettySize=auto;html=1;" target="In8fDh9ZLN2M87an2Miy-144" value="">
          <mxGeometry relative="1" as="geometry" />
        </mxCell>
        <mxCell id="In8fDh9ZLN2M87an2Miy-134" parent="1" style="rhombus;whiteSpace=wrap;html=1;" value="casa -&amp;gt; domestic (CGW)&lt;br&gt;exists?" vertex="1">
          <mxGeometry height="180" width="190" x="4449.5" y="2190" as="geometry" />
        </mxCell>
        <mxCell id="In8fDh9ZLN2M87an2Miy-142" edge="1" parent="1" source="In8fDh9ZLN2M87an2Miy-139" style="edgeStyle=orthogonalEdgeStyle;rounded=0;orthogonalLoop=1;jettySize=auto;html=1;entryX=0;entryY=0.5;entryDx=0;entryDy=0;" target="In8fDh9ZLN2M87an2Miy-113">
          <mxGeometry relative="1" as="geometry" />
        </mxCell>
-         <mxCell id="In8fDh9ZLN2M87an2Miy-139" parent="1" style="rhombus;whiteSpace=wrap;html=1;" value="casa -&amp;gt; domestic amount = held_amount" vertex="1">
+         <mxCell id="In8fDh9ZLN2M87an2Miy-139" parent="1" style="rhombus;whiteSpace=wrap;html=1;" value="casa -&amp;gt; domestic amount = loan_amount" vertex="1">
          <mxGeometry height="180" width="172.5" x="4699.5" y="2190" as="geometry" />
        </mxCell>
        <mxCell id="In8fDh9ZLN2M87an2Miy-147" edge="1" parent="1" source="In8fDh9ZLN2M87an2Miy-144" style="edgeStyle=orthogonalEdgeStyle;rounded=0;orthogonalLoop=1;jettySize=auto;html=1;" target="In8fDh9ZLN2M87an2Miy-146" value="">
          <mxGeometry relative="1" as="geometry" />
        </mxCell>
        <mxCell id="In8fDh9ZLN2M87an2Miy-144" parent="1" style="whiteSpace=wrap;html=1;" value="Trigger CGW" vertex="1">
          <mxGeometry height="60" width="120" x="4484.5" y="2482.5" as="geometry" />
        </mxCell>
        <mxCell id="In8fDh9ZLN2M87an2Miy-148" edge="1" parent="1" source="In8fDh9ZLN2M87an2Miy-146" style="edgeStyle=orthogonalEdgeStyle;rounded=0;orthogonalLoop=1;jettySize=auto;html=1;entryX=0.5;entryY=1;entryDx=0;entryDy=0;" target="In8fDh9ZLN2M87an2Miy-113">
          <mxGeometry relative="1" as="geometry" />
        </mxCell>
        <mxCell id="In8fDh9ZLN2M87an2Miy-150" edge="1" parent="1" source="In8fDh9ZLN2M87an2Miy-146" style="edgeStyle=orthogonalEdgeStyle;rounded=0;orthogonalLoop=1;jettySize=auto;html=1;" target="In8fDh9ZLN2M87an2Miy-149" value="">
          <mxGeometry relative="1" as="geometry" />
        </mxCell>
        <mxCell id="In8fDh9ZLN2M87an2Miy-146" parent="1" style="rhombus;whiteSpace=wrap;html=1;" value="200" vertex="1">
          <mxGeometry height="80" width="80" x="4704.5" y="2472.5" as="geometry" />
        </mxCell>
        <mxCell id="In8fDh9ZLN2M87an2Miy-149" parent="1" style="whiteSpace=wrap;html=1;" value="next_retry_at = now + 5min" vertex="1">
          <mxGeometry height="60" width="155" x="4667" y="2622.5" as="geometry" />
        </mxCell>
        <mxCell id="In8fDh9ZLN2M87an2Miy-154" edge="1" parent="1" source="In8fDh9ZLN2M87an2Miy-152" style="edgeStyle=orthogonalEdgeStyle;rounded=0;orthogonalLoop=1;jettySize=auto;html=1;entryX=0;entryY=0.5;entryDx=0;entryDy=0;" target="In8fDh9ZLN2M87an2Miy-153">
          <mxGeometry relative="1" as="geometry" />
        </mxCell>
        <mxCell id="In8fDh9ZLN2M87an2Miy-176" edge="1" parent="1" source="In8fDh9ZLN2M87an2Miy-152" style="edgeStyle=orthogonalEdgeStyle;rounded=0;orthogonalLoop=1;jettySize=auto;html=1;" target="In8fDh9ZLN2M87an2Miy-175" value="">
          <mxGeometry relative="1" as="geometry" />
        </mxCell>
        <mxCell id="In8fDh9ZLN2M87an2Miy-152" parent="1" style="rhombus;whiteSpace=wrap;html=1;" value="Polaris&lt;br&gt;/loan/&lt;span style=&quot;color: rgb(33, 33, 33); font-family: Inter, system-ui, -apple-system, &amp;quot;system-ui&amp;quot;, &amp;quot;Segoe UI&amp;quot;, Roboto, Oxygen, Ubuntu, Cantarell, &amp;quot;Fira Sans&amp;quot;, &amp;quot;Droid Sans&amp;quot;, Helvetica, Arial, sans-serif; text-align: left; white-space: pre-wrap; background-color: rgb(255, 255, 255);&quot;&gt;getAccountDetail&lt;/span&gt;&lt;br&gt;loan_application.amount &amp;lt;= polaris.available_amount" vertex="1">
          <mxGeometry height="190" width="230" x="1802.5" y="1060" as="geometry" />
        </mxCell>
        <mxCell id="In8fDh9ZLN2M87an2Miy-158" edge="1" parent="1" source="In8fDh9ZLN2M87an2Miy-153" style="edgeStyle=orthogonalEdgeStyle;rounded=0;orthogonalLoop=1;jettySize=auto;html=1;entryX=0;entryY=0.5;entryDx=0;entryDy=0;" target="In8fDh9ZLN2M87an2Miy-157">
          <mxGeometry relative="1" as="geometry" />
        </mxCell>
        <mxCell id="In8fDh9ZLN2M87an2Miy-153" parent="1" style="whiteSpace=wrap;html=1;" value="Polaris /loan/&lt;span style=&quot;color: rgb(33, 33, 33); font-family: Inter, system-ui, -apple-system, &amp;quot;system-ui&amp;quot;, &amp;quot;Segoe UI&amp;quot;, Roboto, Oxygen, Ubuntu, Cantarell, &amp;quot;Fira Sans&amp;quot;, &amp;quot;Droid Sans&amp;quot;, Helvetica, Arial, sans-serif; text-align: left; white-space: pre-wrap; background-color: rgb(255, 255, 255);&quot;&gt;grantLoanNonCash&lt;br/&gt;+ CGW trigger&lt;/span&gt;" vertex="1">
          <mxGeometry height="60" width="170" x="2120" y="1125" as="geometry" />
        </mxCell>
        <mxCell id="In8fDh9ZLN2M87an2Miy-177" edge="1" parent="1" source="In8fDh9ZLN2M87an2Miy-157" style="edgeStyle=orthogonalEdgeStyle;rounded=0;orthogonalLoop=1;jettySize=auto;html=1;entryX=0;entryY=0.5;entryDx=0;entryDy=0;" target="In8fDh9ZLN2M87an2Miy-105">
          <mxGeometry relative="1" as="geometry">
            <Array as="points">
              <mxPoint x="2400" y="1427" />
            </Array>
            <mxPoint x="2809.5" y="1427.5" as="targetPoint" />
          </mxGeometry>
        </mxCell>
        <mxCell id="In8fDh9ZLN2M87an2Miy-157" parent="1" style="rhombus;whiteSpace=wrap;html=1;" value="200" vertex="1">
          <mxGeometry height="80" width="80" x="2360" y="1115" as="geometry" />
        </mxCell>
        <mxCell id="In8fDh9ZLN2M87an2Miy-164" edge="1" parent="1" source="In8fDh9ZLN2M87an2Miy-161" style="edgeStyle=orthogonalEdgeStyle;rounded=0;orthogonalLoop=1;jettySize=auto;html=1;" target="In8fDh9ZLN2M87an2Miy-162" value="">
          <mxGeometry relative="1" as="geometry" />
        </mxCell>
        <mxCell id="In8fDh9ZLN2M87an2Miy-161" parent="1" style="rounded=0;whiteSpace=wrap;html=1;" value="loan account row lock" vertex="1">
          <mxGeometry height="60" width="145" x="895" y="1125" as="geometry" />
        </mxCell>
        <mxCell id="In8fDh9ZLN2M87an2Miy-165" edge="1" parent="1" source="In8fDh9ZLN2M87an2Miy-162" style="edgeStyle=orthogonalEdgeStyle;rounded=0;orthogonalLoop=1;jettySize=auto;html=1;" target="In8fDh9ZLN2M87an2Miy-12">
          <mxGeometry relative="1" as="geometry" />
        </mxCell>
        <mxCell id="In8fDh9ZLN2M87an2Miy-162" parent="1" style="rounded=0;whiteSpace=wrap;html=1;" value="&lt;span style=&quot;font-weight: 700; text-align: left;&quot;&gt;ROWLOCK - loan_limits.held_amount += amount&lt;/span&gt;" vertex="1">
          <mxGeometry height="60" width="215" x="1120" y="1125" as="geometry" />
        </mxCell>
        <mxCell id="In8fDh9ZLN2M87an2Miy-184" edge="1" parent="1" source="In8fDh9ZLN2M87an2Miy-166" style="edgeStyle=orthogonalEdgeStyle;rounded=0;orthogonalLoop=1;jettySize=auto;html=1;" target="In8fDh9ZLN2M87an2Miy-183" value="">
          <mxGeometry relative="1" as="geometry" />
        </mxCell>
        <mxCell id="In8fDh9ZLN2M87an2Miy-166" parent="1" style="swimlane;fontStyle=0;childLayout=stackLayout;horizontal=1;startSize=30;horizontalStack=0;resizeParent=1;resizeParentMax=0;resizeLast=0;collapsible=1;marginBottom=0;whiteSpace=wrap;html=1;" value="Loan issued" vertex="1">
          <mxGeometry height="120" width="210" x="2590" y="1130" as="geometry" />
        </mxCell>
        <mxCell id="In8fDh9ZLN2M87an2Miy-167" parent="In8fDh9ZLN2M87an2Miy-166" style="text;strokeColor=none;fillColor=none;align=left;verticalAlign=middle;spacingLeft=4;spacingRight=4;overflow=hidden;points=[[0,0.5],[1,0.5]];portConstraint=eastwest;rotatable=0;whiteSpace=wrap;html=1;" value="loan_application = approved" vertex="1">
          <mxGeometry height="30" width="210" y="30" as="geometry" />
        </mxCell>
        <mxCell id="In8fDh9ZLN2M87an2Miy-168" parent="In8fDh9ZLN2M87an2Miy-166" style="text;strokeColor=none;fillColor=none;align=left;verticalAlign=middle;spacingLeft=4;spacingRight=4;overflow=hidden;points=[[0,0.5],[1,0.5]];portConstraint=eastwest;rotatable=0;whiteSpace=wrap;html=1;" value="create loan" vertex="1">
          <mxGeometry height="30" width="210" y="60" as="geometry" />
        </mxCell>
        <mxCell id="In8fDh9ZLN2M87an2Miy-169" parent="In8fDh9ZLN2M87an2Miy-166" style="text;strokeColor=none;fillColor=none;align=left;verticalAlign=middle;spacingLeft=4;spacingRight=4;overflow=hidden;points=[[0,0.5],[1,0.5]];portConstraint=eastwest;rotatable=0;whiteSpace=wrap;html=1;" value="release lock" vertex="1">
          <mxGeometry height="30" width="210" y="90" as="geometry" />
        </mxCell>
        <mxCell id="In8fDh9ZLN2M87an2Miy-170" edge="1" parent="1" source="In8fDh9ZLN2M87an2Miy-157" style="edgeStyle=orthogonalEdgeStyle;rounded=0;orthogonalLoop=1;jettySize=auto;html=1;entryX=0.003;entryY=0.156;entryDx=0;entryDy=0;entryPerimeter=0;" target="In8fDh9ZLN2M87an2Miy-166">
          <mxGeometry relative="1" as="geometry" />
        </mxCell>
        <mxCell id="In8fDh9ZLN2M87an2Miy-174" parent="1" style="text;html=1;whiteSpace=wrap;strokeColor=none;fillColor=none;align=center;verticalAlign=middle;rounded=0;" value="&lt;div style=&quot;background-color:#ffffff;color:#080808&quot;&gt;&lt;pre style=&quot;font-family:&#39;JetBrains Mono&#39;,monospace;font-size:9.8pt;&quot;&gt;&lt;span style=&quot;color:#9e880d;&quot;&gt;@Transactional&lt;/span&gt;(propagation = &lt;span style=&quot;color:#000000;&quot;&gt;Propagation&lt;/span&gt;.&lt;span style=&quot;color:#871094;font-style:italic;&quot;&gt;REQUIRES_NEW&lt;/span&gt;)&lt;/pre&gt;&lt;/div&gt;" vertex="1">
          <mxGeometry height="30" width="240" x="1200" y="1010" as="geometry" />
        </mxCell>
        <mxCell id="In8fDh9ZLN2M87an2Miy-175" parent="1" style="whiteSpace=wrap;html=1;" value="Rollback, return error" vertex="1">
          <mxGeometry height="60" width="132.5" x="1851.25" y="1295" as="geometry" />
        </mxCell>
        <mxCell id="In8fDh9ZLN2M87an2Miy-186" edge="1" parent="1" source="In8fDh9ZLN2M87an2Miy-183" style="edgeStyle=orthogonalEdgeStyle;rounded=0;orthogonalLoop=1;jettySize=auto;html=1;" target="In8fDh9ZLN2M87an2Miy-185" value="">
          <mxGeometry relative="1" as="geometry" />
        </mxCell>
        <mxCell id="In8fDh9ZLN2M87an2Miy-187" edge="1" parent="1" source="In8fDh9ZLN2M87an2Miy-183" style="edgeStyle=orthogonalEdgeStyle;rounded=0;orthogonalLoop=1;jettySize=auto;html=1;" target="In8fDh9ZLN2M87an2Miy-105">
          <mxGeometry relative="1" as="geometry">
            <Array as="points">
              <mxPoint x="2995" y="1427" />
            </Array>
          </mxGeometry>
        </mxCell>
        <mxCell id="In8fDh9ZLN2M87an2Miy-183" parent="1" style="rhombus;whiteSpace=wrap;html=1;fontStyle=0;startSize=30;horizontal=1;" value="db transaction success?" vertex="1">
          <mxGeometry height="135" width="130" x="2930" y="1122.5" as="geometry" />
        </mxCell>
        <mxCell id="In8fDh9ZLN2M87an2Miy-185" parent="1" style="whiteSpace=wrap;html=1;fontStyle=0;startSize=30;horizontal=1;" value="return success to client" vertex="1">
          <mxGeometry height="60" width="120" x="3145" y="1160" as="geometry" />
        </mxCell>
      </root>
    </mxGraphModel>
  </diagram>
</mxfile>
